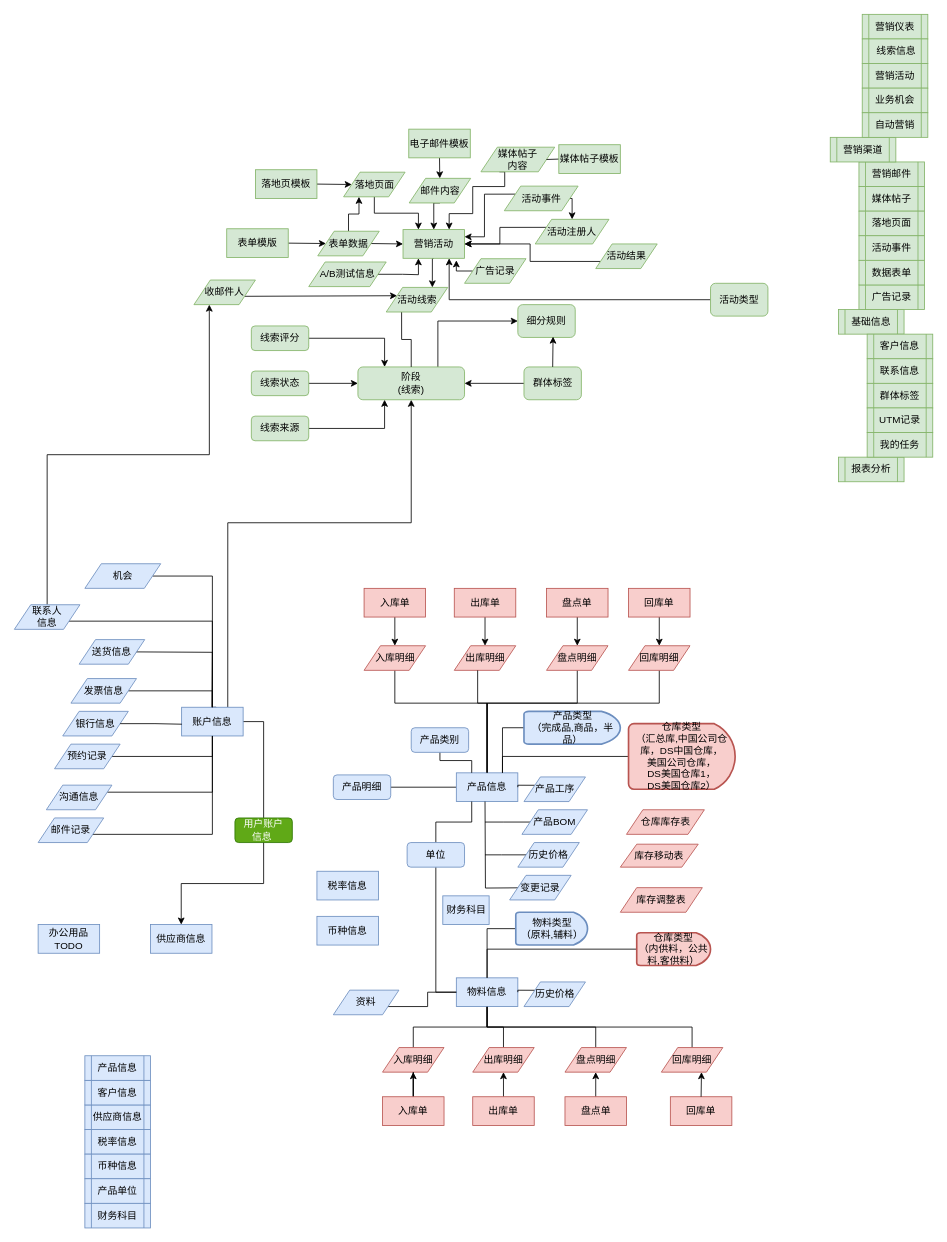
The draw.io diagram page "第 1 页" (1 of 4) of ERDiagram.drawio in sbosleo/sbosmobile, before the edit. Source tidied: cells renumbered, new cells numbered last; positions are measured from the earlier drawing's top-left corner, leaving out a move shared by most shapes. Both pictures are drawn from the tidied source at 82%, with x=0, y=0 at pixel (14, 14).
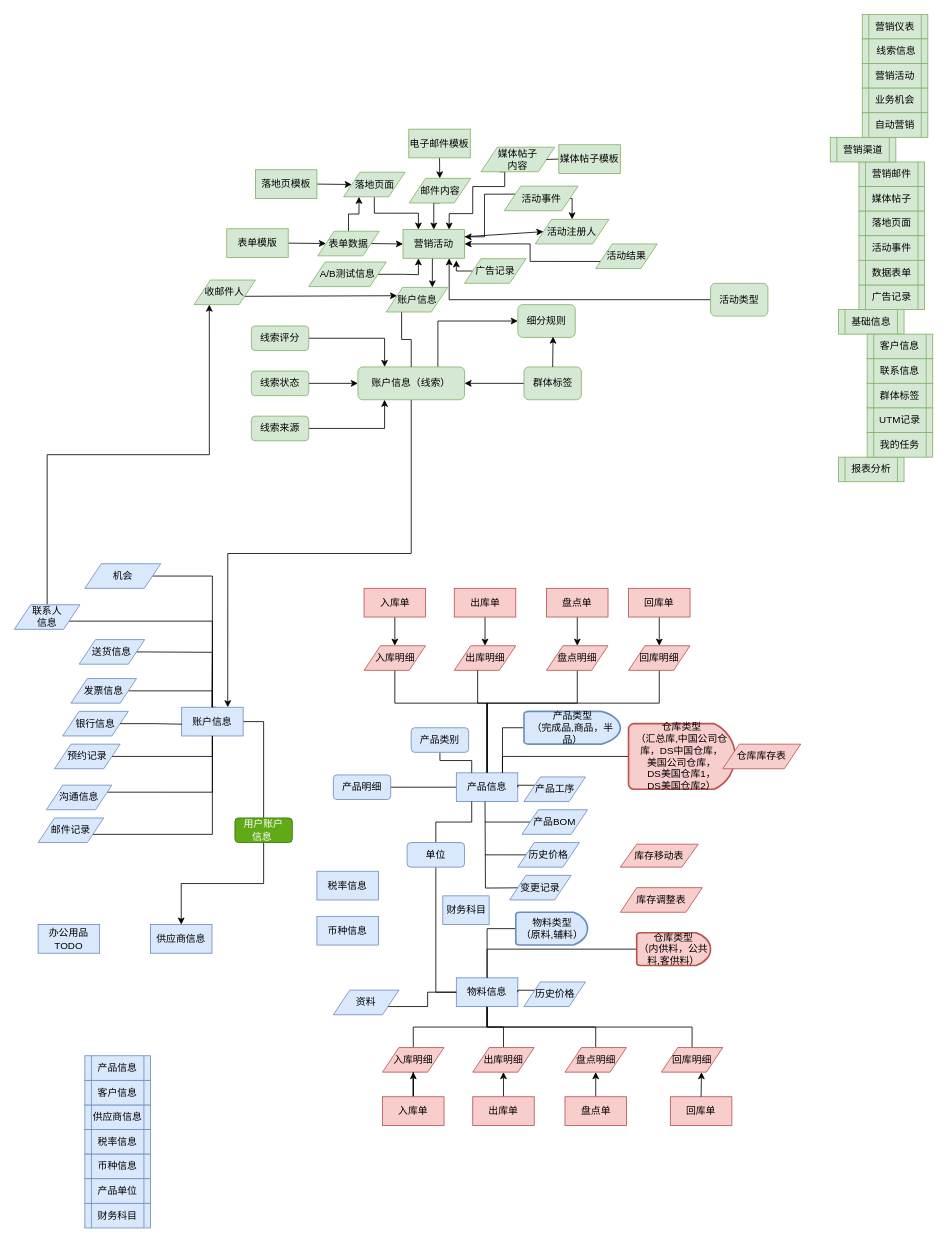
The same page after the edit.

Unchanged cells that the change refers to:
```xml
<mxCell id="37" value="账户信息" style="rounded=0;whiteSpace=wrap;html=1;fillColor=#dae8fc;strokeColor=#6c8ebf;" parent="1" vertex="1">
  <mxGeometry x="204" y="845" width="75" height="35" as="geometry" />
</mxCell>
<mxCell id="105" value="营销活动" style="rounded=0;whiteSpace=wrap;html=1;fillColor=#d5e8d4;strokeColor=#82b366;" parent="1" vertex="1">
  <mxGeometry x="474" y="262.5" width="75" height="35" as="geometry" />
</mxCell>
<mxCell id="135" value="活动注册人" style="shape=parallelogram;perimeter=parallelogramPerimeter;whiteSpace=wrap;html=1;fixedSize=1;fillColor=#d5e8d4;strokeColor=#82b366;" parent="1" vertex="1">
  <mxGeometry x="635.2" y="250" width="90" height="30" as="geometry" />
</mxCell>
```

Change to the diagram source:
```diff
@@
-    <mxCell id="36" style="edgeStyle=orthogonalEdgeStyle;rounded=0;jettySize=auto;html=1;exitX=0.75;exitY=0;exitDx=0;exitDy=0;entryX=0.5;entryY=1;entryDx=0;entryDy=0;" parent="1" edge="1" source="37" target="91">
-      <mxGeometry relative="1" as="geometry">
-        <Array as="points">
-          <mxPoint x="260" y="620" />
-          <mxPoint x="484" y="620" />
-        </Array>
-      </mxGeometry>
-    </mxCell>
@@
+    <mxCell id="171" style="edgeStyle=orthogonalEdgeStyle;rounded=0;jettySize=auto;html=1;exitX=0.5;exitY=1;exitDx=0;exitDy=0;entryX=0.75;entryY=0;entryDx=0;entryDy=0;" parent="1" edge="1" source="91" target="37">
+      <mxGeometry relative="1" as="geometry" />
+    </mxCell>
-    <mxCell id="91" value="阶段&lt;div&gt;(线索)&lt;/div&gt;" style="rounded=1;whiteSpace=wrap;html=1;fillColor=#d5e8d4;strokeColor=#82b366;" parent="1" vertex="1">
+    <mxCell id="91" value="账户信息（线索）" style="rounded=1;whiteSpace=wrap;html=1;fillColor=#d5e8d4;strokeColor=#82b366;" parent="1" vertex="1">
       <mxGeometry x="419" y="430" width="130" height="40" as="geometry" />
     </mxCell>
@@
-    <mxCell id="101" value="活动线索" style="shape=parallelogram;perimeter=parallelogramPerimeter;whiteSpace=wrap;html=1;fixedSize=1;fillColor=#d5e8d4;strokeColor=#82b366;" parent="1" vertex="1">
+    <mxCell id="101" value="账户信息" style="shape=parallelogram;perimeter=parallelogramPerimeter;whiteSpace=wrap;html=1;fixedSize=1;fillColor=#d5e8d4;strokeColor=#82b366;" parent="1" vertex="1">
       <mxGeometry x="453.5" y="333" width="75" height="30" as="geometry" />
     </mxCell>
@@
+    <mxCell id="172" style="edgeStyle=none;rounded=0;jettySize=auto;html=1;exitX=1;exitY=0.25;exitDx=0;exitDy=0;entryX=0;entryY=0.5;entryDx=0;entryDy=0;" parent="1" edge="1" source="105" target="135">
+      <mxGeometry relative="1" as="geometry" />
+    </mxCell>
@@
-    <mxCell id="134" style="edgeStyle=orthogonalEdgeStyle;rounded=0;jettySize=auto;html=1;exitX=0;exitY=0.25;exitDx=0;exitDy=0;entryX=1;entryY=0.5;entryDx=0;entryDy=0;" parent="1" edge="1" source="135" target="105">
-      <mxGeometry relative="1" as="geometry" />
-    </mxCell>
@@
     <mxCell id="161" value="仓库库存表" style="shape=parallelogram;perimeter=parallelogramPerimeter;whiteSpace=wrap;html=1;fixedSize=1;fillColor=#f8cecc;strokeColor=#b85450;" parent="1" vertex="1">
-      <mxGeometry x="746.5" y="970" width="95" height="30" as="geometry" />
+      <mxGeometry x="864" y="890" width="95" height="30" as="geometry" />
     </mxCell>
```
